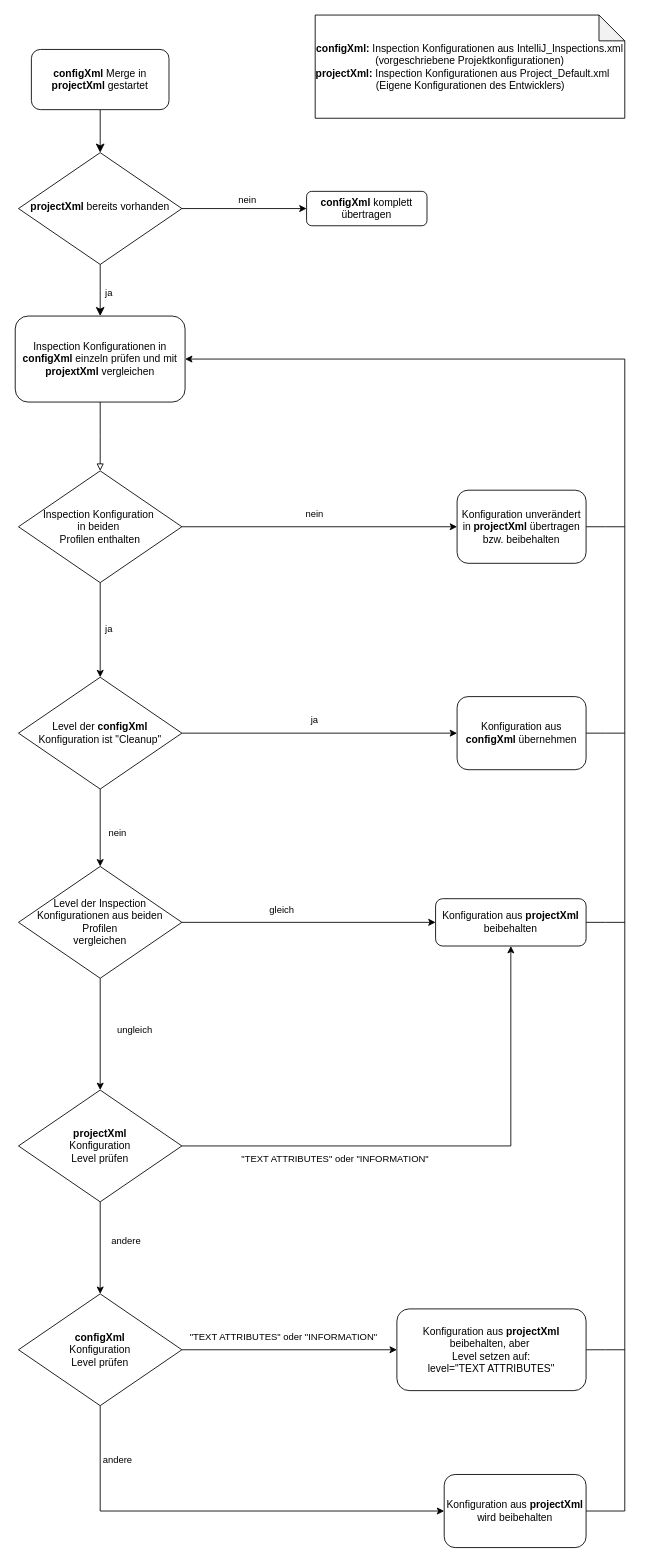
Earlier version of the draw.io diagram development/Entwicklungsumgebungen/Code-Styles/graphics/IntelliJinspectionsMerge.drawio (SVWS-NRW/SVWS-Dokumentation). Source tidied: cells renumbered, new cells numbered last; positions are measured from the earlier drawing's top-left corner, leaving out a move shared by most shapes. Both pictures are drawn from the tidied source at 86%, with x=0, y=0 at pixel (15, 15).
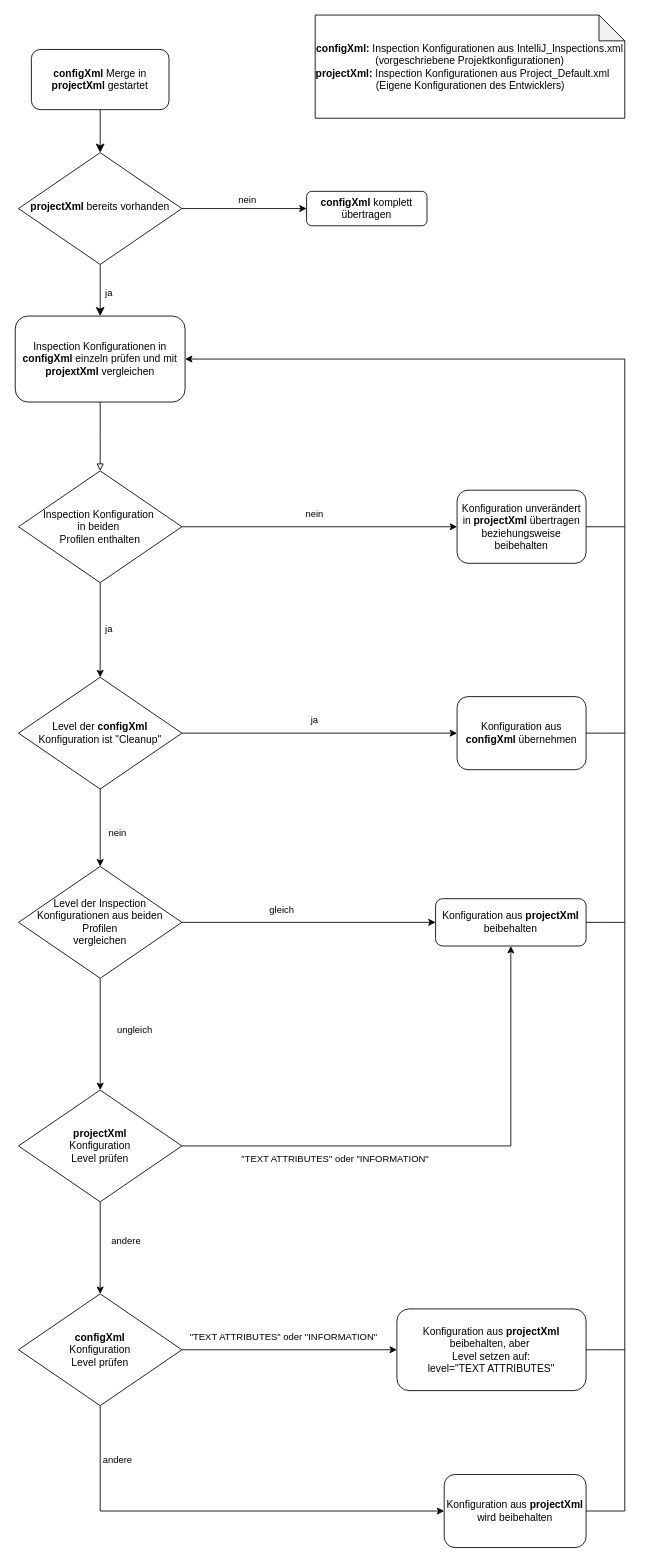
Above is the later version.

Change to the diagram source:
```diff
@@
-    <mxCell id="28" value="Konfiguration unverändert in &lt;b&gt;projectXml &lt;/b&gt;übertragen bzw. beibehalten" style="rounded=1;whiteSpace=wrap;html=1;" parent="1" vertex="1">
+    <mxCell id="28" value="Konfiguration unverändert in &lt;b&gt;projectXml &lt;/b&gt;übertragen beziehungsweise beibehalten" style="rounded=1;whiteSpace=wrap;html=1;" parent="1" vertex="1">
       <mxGeometry x="514" y="552.5" width="150" height="85" as="geometry" />
     </mxCell>
```
